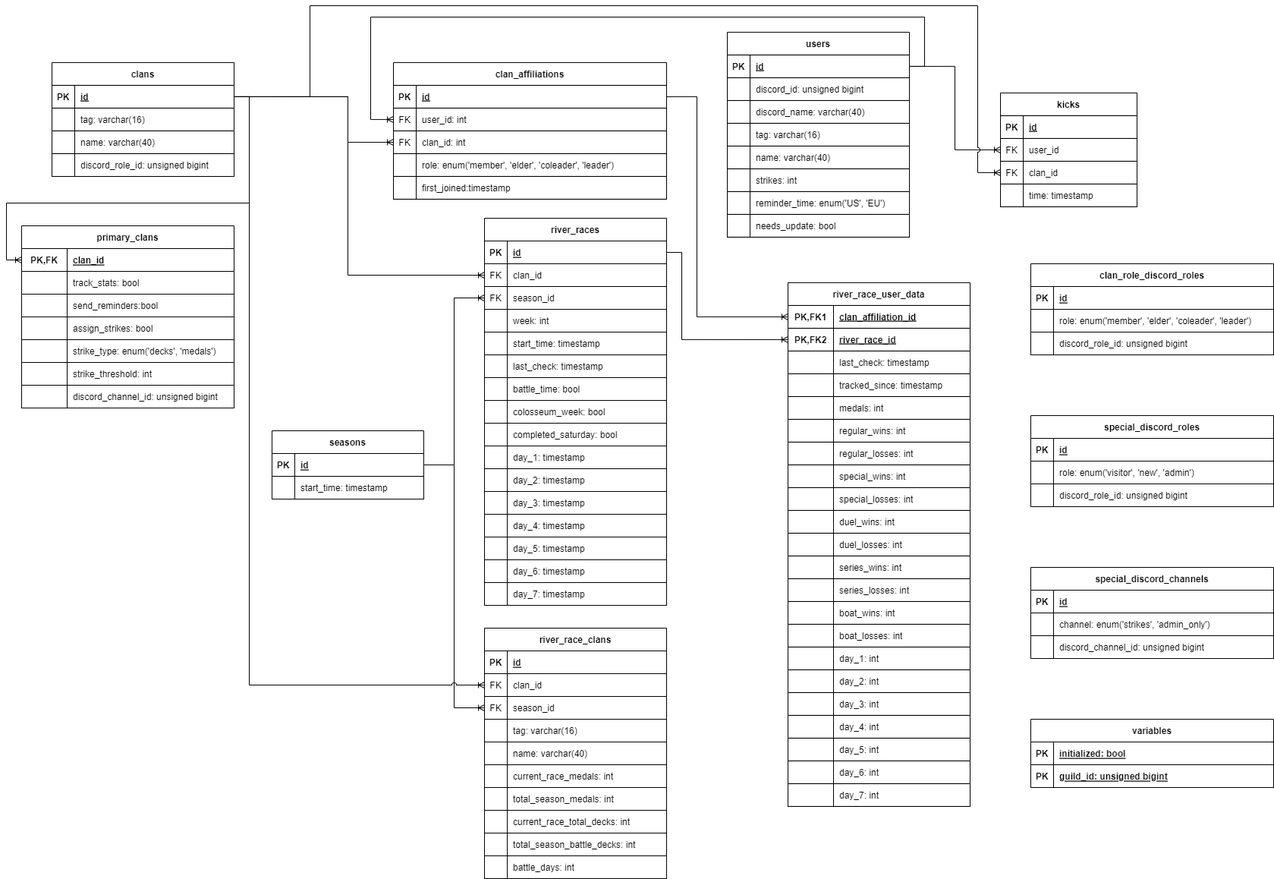
Earlier version of the draw.io export docs/DatabaseSchema.png (chradajan/ClashRoyaleManager). Source tidied: cells renumbered, new cells last; positions are measured from the earlier drawing's top-left corner, leaving out a move shared by most shapes.
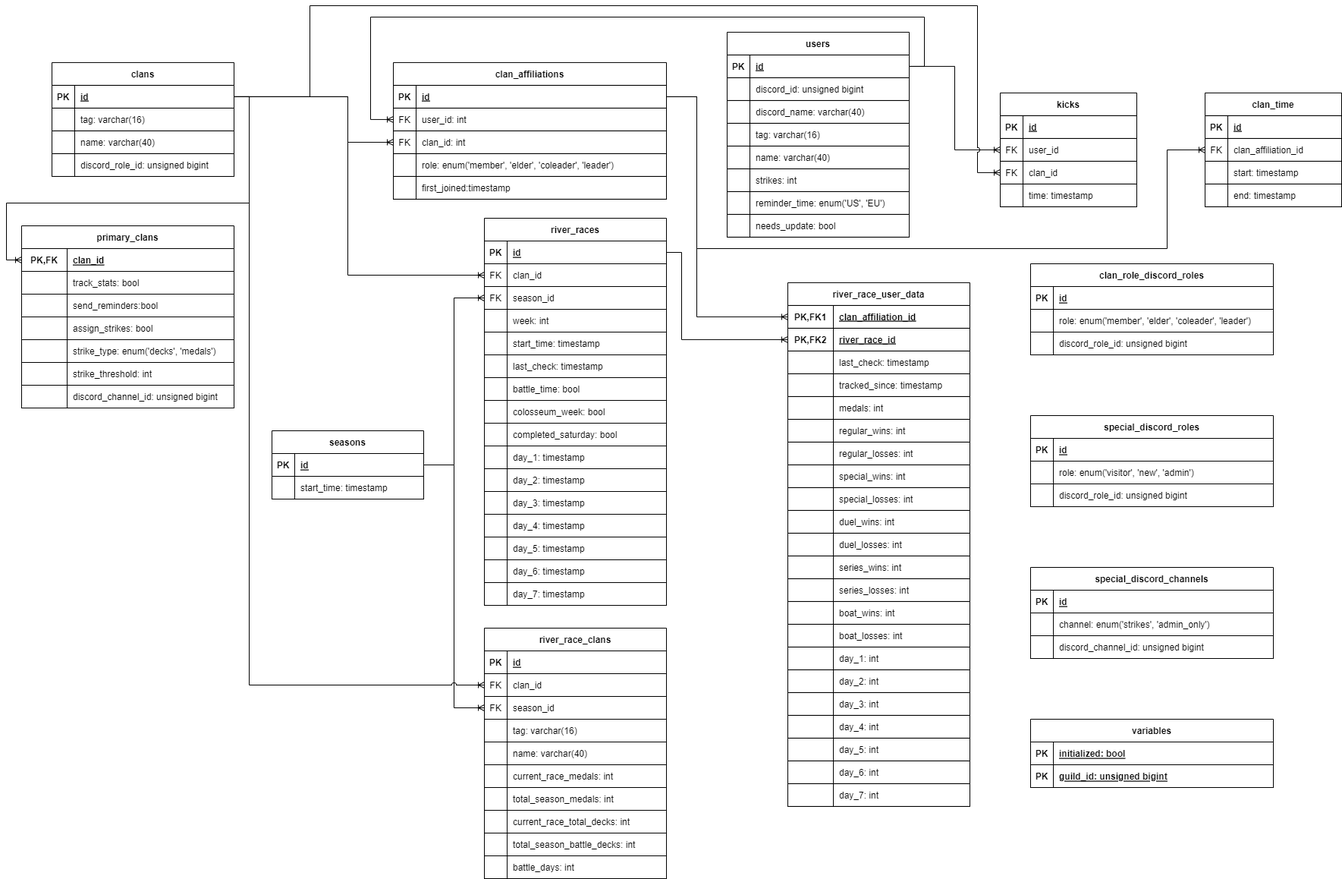
The same file after the commit.

Commit message:
Track time spent in primary clans

The edit, as a diff of the source:
```diff
@@ -921,5 +921,54 @@
         </Array>
       </mxGeometry>
     </mxCell>
+    <mxCell id="293" value="clan_time" style="shape=table;startSize=30;rowLines=0;fontStyle=1;align=center;" parent="1" vertex="1">
+      <mxGeometry x="1580" y="114.9" width="180" height="150" as="geometry" />
+    </mxCell>
+    <mxCell id="294" style="shape=tableRow;horizontal=0;startSize=0;swimlaneHead=0;swimlaneBody=0;fillColor=none;top=0;left=0;right=0;bottom=1;" parent="293" vertex="1">
+      <mxGeometry y="30" width="180" height="30" as="geometry" />
+    </mxCell>
+    <mxCell id="295" value="PK" style="shape=partialRectangle;fillColor=none;top=0;left=0;bottom=0;right=0;fontStyle=1;overflow=hidden;" parent="294" vertex="1">
+      <mxGeometry width="30" height="30" as="geometry" />
+    </mxCell>
+    <mxCell id="296" value="id" style="shape=partialRectangle;fillColor=none;top=0;left=0;bottom=0;right=0;align=left;spacingLeft=6;fontStyle=5;overflow=hidden;" parent="294" vertex="1">
+      <mxGeometry x="30" width="150" height="30" as="geometry" />
+    </mxCell>
+    <mxCell id="297" style="shape=tableRow;horizontal=0;startSize=0;swimlaneHead=0;swimlaneBody=0;fillColor=none;points=[[0,0.5],[1,0.5]];portConstraint=eastwest;top=0;left=0;right=0;bottom=0;" parent="293" vertex="1">
+      <mxGeometry y="60" width="180" height="30" as="geometry" />
+    </mxCell>
+    <mxCell id="298" value="FK" style="shape=partialRectangle;fillColor=none;top=0;left=0;bottom=0;right=0;overflow=hidden;" parent="297" vertex="1">
+      <mxGeometry width="30" height="30" as="geometry" />
+    </mxCell>
+    <mxCell id="299" value="clan_affiliation_id" style="shape=partialRectangle;fillColor=none;top=0;left=0;bottom=0;right=0;align=left;spacingLeft=6;overflow=hidden;" parent="297" vertex="1">
+      <mxGeometry x="30" width="150" height="30" as="geometry" />
+    </mxCell>
+    <mxCell id="300" style="shape=tableRow;horizontal=0;startSize=0;swimlaneHead=0;swimlaneBody=0;fillColor=none;top=0;left=0;right=0;bottom=0;" parent="293" vertex="1">
+      <mxGeometry y="90" width="180" height="30" as="geometry" />
+    </mxCell>
+    <mxCell id="301" style="shape=partialRectangle;fillColor=none;top=0;left=0;bottom=0;right=0;overflow=hidden;" parent="300" vertex="1">
+      <mxGeometry width="30" height="30" as="geometry" />
+    </mxCell>
+    <mxCell id="302" value="start: timestamp" style="shape=partialRectangle;fillColor=none;top=0;left=0;bottom=0;right=0;align=left;spacingLeft=6;overflow=hidden;" parent="300" vertex="1">
+      <mxGeometry x="30" width="150" height="30" as="geometry" />
+    </mxCell>
+    <mxCell id="303" style="shape=tableRow;horizontal=0;startSize=0;swimlaneHead=0;swimlaneBody=0;fillColor=none;top=0;left=0;right=0;bottom=0;" parent="293" vertex="1">
+      <mxGeometry y="120" width="180" height="30" as="geometry" />
+    </mxCell>
+    <mxCell id="304" style="shape=partialRectangle;fillColor=none;top=0;left=0;bottom=0;right=0;overflow=hidden;" parent="303" vertex="1">
+      <mxGeometry width="30" height="30" as="geometry" />
+    </mxCell>
+    <mxCell id="305" value="end: timestamp" style="shape=partialRectangle;fillColor=none;top=0;left=0;bottom=0;right=0;align=left;spacingLeft=6;overflow=hidden;" parent="303" vertex="1">
+      <mxGeometry x="30" width="150" height="30" as="geometry" />
+    </mxCell>
+    <mxCell id="306" style="edgeStyle=none;html=1;exitX=0;exitY=0.5;exitDx=0;exitDy=0;entryX=1;entryY=0.5;entryDx=0;entryDy=0;rounded=0;endArrow=none;endFill=0;startArrow=ERoneToMany;startFill=0;" parent="1" edge="1" source="297" target="197">
+      <mxGeometry relative="1" as="geometry">
+        <Array as="points">
+          <mxPoint x="1530" y="190" />
+          <mxPoint x="1530" y="320" />
+          <mxPoint x="910" y="320" />
+          <mxPoint x="910" y="120" />
+        </Array>
+      </mxGeometry>
+    </mxCell>
   </root>
 </mxGraphModel>
```
